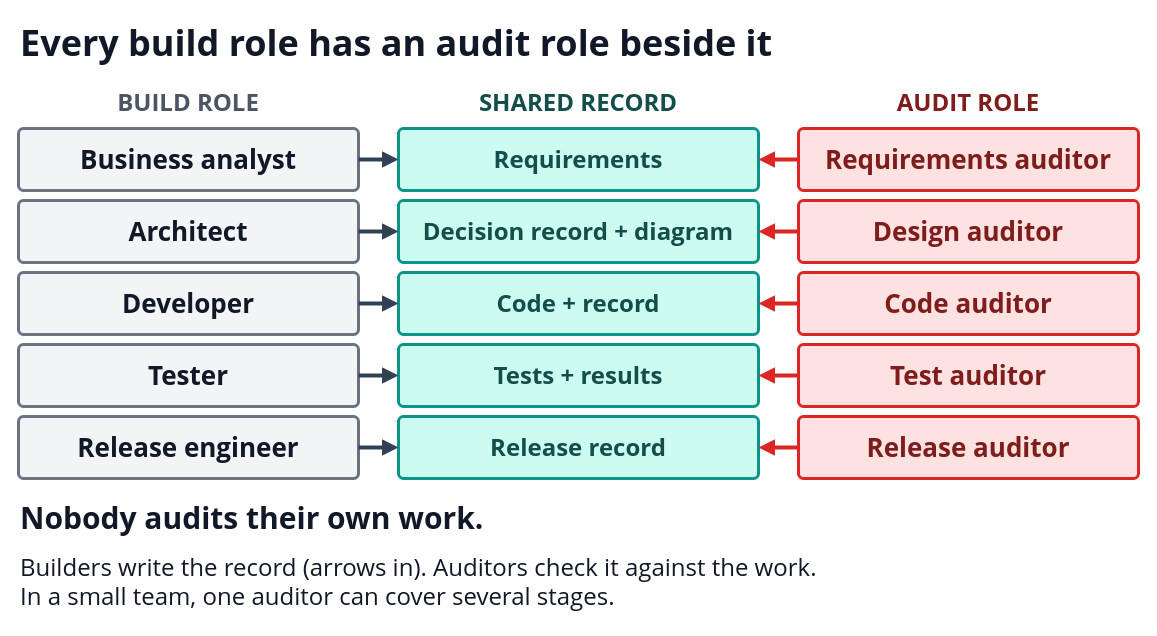
Before: diagrams/04-roles-rotation.drawio in i-asimkhan/ledger-layer-pattern, a draw.io diagram. Source tidied: cells renumbered, new cells numbered last; positions are measured from the earlier drawing's top-left corner, leaving out a move shared by most shapes. Both pictures are drawn from the tidied source at 100%, with x=0, y=0 at pixel (18, 17).
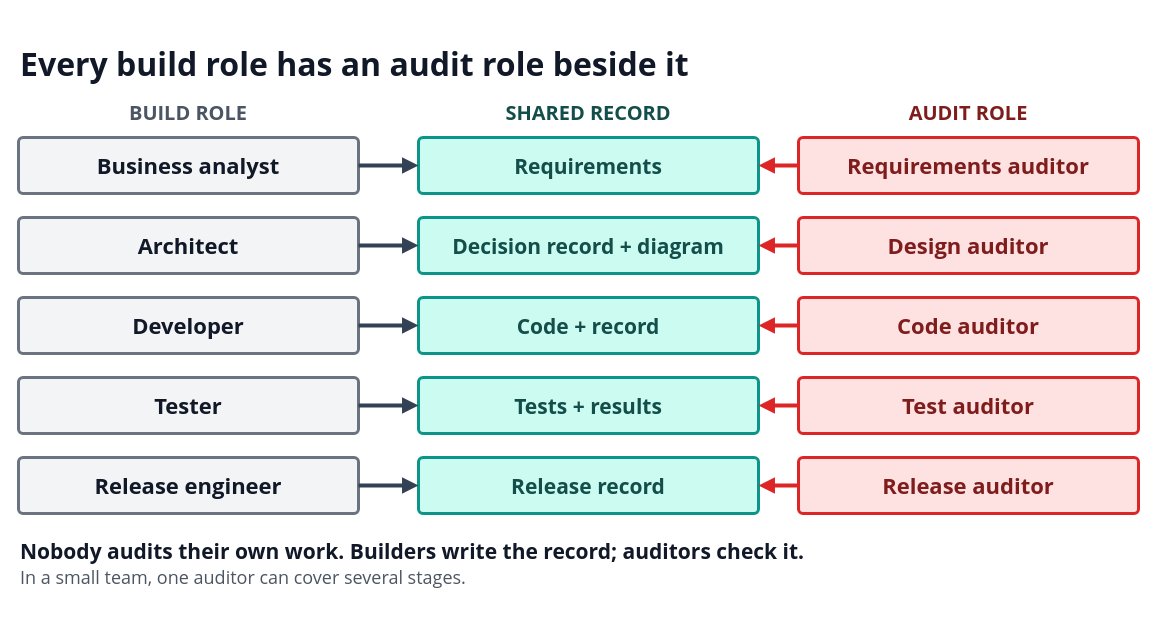
The same page after the edit.

What changed in the source:
```diff
@@
-    <mxCell id="2" value="Every build role has an audit role beside it" style="text;html=1;strokeColor=none;fillColor=none;whiteSpace=wrap;verticalAlign=middle;align=left;fontSize=36;fontColor=#111827;fontFamily=Segoe UI;fontStyle=1;" parent="1" vertex="1">
-      <mxGeometry width="1120" height="50" as="geometry" />
+    <mxCell id="2" value="Every build role has an audit role beside it" style="text;html=1;strokeColor=none;fillColor=none;whiteSpace=wrap;verticalAlign=middle;align=left;fontSize=32;fontColor=#111827;fontFamily=Segoe UI;fontStyle=1;" parent="1" vertex="1">
+      <mxGeometry y="26" width="1120" height="42" as="geometry" />
     </mxCell>
-    <mxCell id="3" value="BUILD ROLE" style="text;html=1;strokeColor=none;fillColor=none;whiteSpace=wrap;verticalAlign=middle;align=center;fontSize=24;fontColor=#4B5563;fontFamily=Segoe UI;fontStyle=1;" parent="1" vertex="1">
-      <mxGeometry y="68" width="340" height="34" as="geometry" />
+    <mxCell id="3" value="BUILD ROLE" style="text;html=1;strokeColor=none;fillColor=none;whiteSpace=wrap;verticalAlign=middle;align=center;fontSize=20;fontColor=#4B5563;fontFamily=Segoe UI;fontStyle=1;" parent="1" vertex="1">
+      <mxGeometry y="80" width="340" height="30" as="geometry" />
     </mxCell>
-    <mxCell id="4" value="SHARED RECORD" style="text;html=1;strokeColor=none;fillColor=none;whiteSpace=wrap;verticalAlign=middle;align=center;fontSize=24;fontColor=#134E4A;fontFamily=Segoe UI;fontStyle=1;" parent="1" vertex="1">
-      <mxGeometry x="380" y="68" width="360" height="34" as="geometry" />
+    <mxCell id="4" value="SHARED RECORD" style="text;html=1;strokeColor=none;fillColor=none;whiteSpace=wrap;verticalAlign=middle;align=center;fontSize=20;fontColor=#134E4A;fontFamily=Segoe UI;fontStyle=1;" parent="1" vertex="1">
+      <mxGeometry x="400" y="80" width="340" height="30" as="geometry" />
     </mxCell>
-    <mxCell id="5" value="AUDIT ROLE" style="text;html=1;strokeColor=none;fillColor=none;whiteSpace=wrap;verticalAlign=middle;align=center;fontSize=24;fontColor=#7F1D1D;fontFamily=Segoe UI;fontStyle=1;" parent="1" vertex="1">
-      <mxGeometry x="780" y="68" width="340" height="34" as="geometry" />
+    <mxCell id="5" value="AUDIT ROLE" style="text;html=1;strokeColor=none;fillColor=none;whiteSpace=wrap;verticalAlign=middle;align=center;fontSize=20;fontColor=#7F1D1D;fontFamily=Segoe UI;fontStyle=1;" parent="1" vertex="1">
+      <mxGeometry x="780" y="80" width="340" height="30" as="geometry" />
     </mxCell>
-    <mxCell id="6" value="&lt;span style=&quot;font-size:26px&quot;&gt;&lt;b&gt;Business analyst&lt;/b&gt;&lt;/span&gt;" style="rounded=1;arcSize=8;whiteSpace=wrap;html=1;fillColor=#F3F4F6;strokeColor=#6B7280;fontColor=#111827;strokeWidth=3;align=center;verticalAlign=middle;fontSize=24;fontFamily=Segoe UI;" parent="1" vertex="1">
-      <mxGeometry y="111" width="340" height="62" as="geometry" />
+    <mxCell id="6" value="&lt;span style=&quot;font-size:22px&quot;&gt;&lt;b&gt;Business analyst&lt;/b&gt;&lt;/span&gt;" style="rounded=1;arcSize=8;whiteSpace=wrap;html=1;fillColor=#F3F4F6;strokeColor=#6B7280;fontColor=#111827;strokeWidth=3;align=center;verticalAlign=middle;fontSize=24;fontFamily=Segoe UI;spacing=14;" parent="1" vertex="1">
+      <mxGeometry y="120" width="340" height="56" as="geometry" />
     </mxCell>
-    <mxCell id="7" value="&lt;span style=&quot;font-size:24px&quot;&gt;&lt;b&gt;Requirements&lt;/b&gt;&lt;/span&gt;" style="rounded=1;arcSize=8;whiteSpace=wrap;html=1;fillColor=#CCFBF1;strokeColor=#0D9488;fontColor=#134E4A;strokeWidth=3;align=center;verticalAlign=middle;fontSize=24;fontFamily=Segoe UI;" parent="1" vertex="1">
-      <mxGeometry x="380" y="111" width="360" height="62" as="geometry" />
+    <mxCell id="7" value="&lt;span style=&quot;font-size:21px&quot;&gt;&lt;b&gt;Requirements&lt;/b&gt;&lt;/span&gt;" style="rounded=1;arcSize=8;whiteSpace=wrap;html=1;fillColor=#CCFBF1;strokeColor=#0D9488;fontColor=#134E4A;strokeWidth=3;align=center;verticalAlign=middle;fontSize=24;fontFamily=Segoe UI;spacing=14;" parent="1" vertex="1">
+      <mxGeometry x="400" y="120" width="340" height="56" as="geometry" />
     </mxCell>
-    <mxCell id="8" value="&lt;span style=&quot;font-size:26px&quot;&gt;&lt;b&gt;Requirements auditor&lt;/b&gt;&lt;/span&gt;" style="rounded=1;arcSize=8;whiteSpace=wrap;html=1;fillColor=#FEE2E2;strokeColor=#DC2626;fontColor=#7F1D1D;strokeWidth=3;align=center;verticalAlign=middle;fontSize=24;fontFamily=Segoe UI;" parent="1" vertex="1">
-      <mxGeometry x="780" y="111" width="340" height="62" as="geometry" />
+    <mxCell id="8" value="&lt;span style=&quot;font-size:22px&quot;&gt;&lt;b&gt;Requirements auditor&lt;/b&gt;&lt;/span&gt;" style="rounded=1;arcSize=8;whiteSpace=wrap;html=1;fillColor=#FEE2E2;strokeColor=#DC2626;fontColor=#7F1D1D;strokeWidth=3;align=center;verticalAlign=middle;fontSize=24;fontFamily=Segoe UI;spacing=14;" parent="1" vertex="1">
+      <mxGeometry x="780" y="120" width="340" height="56" as="geometry" />
     </mxCell>
     <mxCell id="9" style="endArrow=block;endFill=1;html=1;rounded=0;strokeColor=#334155;strokeWidth=4;" parent="1" edge="1">
       <mxGeometry relative="1" as="geometry">
-        <mxPoint x="340" y="142" as="sourcePoint" />
-        <mxPoint x="380" y="142" as="targetPoint" />
+        <mxPoint x="340" y="148" as="sourcePoint" />
+        <mxPoint x="400" y="148" as="targetPoint" />
       </mxGeometry>
     </mxCell>
     <mxCell id="10" style="endArrow=block;endFill=1;html=1;rounded=0;strokeColor=#DC2626;strokeWidth=4;" parent="1" edge="1">
       <mxGeometry relative="1" as="geometry">
-        <mxPoint x="780" y="142" as="sourcePoint" />
-        <mxPoint x="740" y="142" as="targetPoint" />
+        <mxPoint x="780" y="148" as="sourcePoint" />
+        <mxPoint x="740" y="148" as="targetPoint" />
       </mxGeometry>
     </mxCell>
-    <mxCell id="11" value="&lt;span style=&quot;font-size:26px&quot;&gt;&lt;b&gt;Architect&lt;/b&gt;&lt;/span&gt;" style="rounded=1;arcSize=8;whiteSpace=wrap;html=1;fillColor=#F3F4F6;strokeColor=#6B7280;fontColor=#111827;strokeWidth=3;align=center;verticalAlign=middle;fontSize=24;fontFamily=Segoe UI;" parent="1" vertex="1">
-      <mxGeometry y="183" width="340" height="62" as="geometry" />
+    <mxCell id="11" value="&lt;span style=&quot;font-size:22px&quot;&gt;&lt;b&gt;Architect&lt;/b&gt;&lt;/span&gt;" style="rounded=1;arcSize=8;whiteSpace=wrap;html=1;fillColor=#F3F4F6;strokeColor=#6B7280;fontColor=#111827;strokeWidth=3;align=center;verticalAlign=middle;fontSize=24;fontFamily=Segoe UI;spacing=14;" parent="1" vertex="1">
+      <mxGeometry y="200" width="340" height="56" as="geometry" />
     </mxCell>
-    <mxCell id="12" value="&lt;span style=&quot;font-size:24px&quot;&gt;&lt;b&gt;Decision record + diagram&lt;/b&gt;&lt;/span&gt;" style="rounded=1;arcSize=8;whiteSpace=wrap;html=1;fillColor=#CCFBF1;strokeColor=#0D9488;fontColor=#134E4A;strokeWidth=3;align=center;verticalAlign=middle;fontSize=24;fontFamily=Segoe UI;" parent="1" vertex="1">
-      <mxGeometry x="380" y="183" width="360" height="62" as="geometry" />
+    <mxCell id="12" value="&lt;span style=&quot;font-size:21px&quot;&gt;&lt;b&gt;Decision record + diagram&lt;/b&gt;&lt;/span&gt;" style="rounded=1;arcSize=8;whiteSpace=wrap;html=1;fillColor=#CCFBF1;strokeColor=#0D9488;fontColor=#134E4A;strokeWidth=3;align=center;verticalAlign=middle;fontSize=24;fontFamily=Segoe UI;spacing=14;" parent="1" vertex="1">
+      <mxGeometry x="400" y="200" width="340" height="56" as="geometry" />
     </mxCell>
-    <mxCell id="13" value="&lt;span style=&quot;font-size:26px&quot;&gt;&lt;b&gt;Design auditor&lt;/b&gt;&lt;/span&gt;" style="rounded=1;arcSize=8;whiteSpace=wrap;html=1;fillColor=#FEE2E2;strokeColor=#DC2626;fontColor=#7F1D1D;strokeWidth=3;align=center;verticalAlign=middle;fontSize=24;fontFamily=Segoe UI;" parent="1" vertex="1">
-      <mxGeometry x="780" y="183" width="340" height="62" as="geometry" />
+    <mxCell id="13" value="&lt;span style=&quot;font-size:22px&quot;&gt;&lt;b&gt;Design auditor&lt;/b&gt;&lt;/span&gt;" style="rounded=1;arcSize=8;whiteSpace=wrap;html=1;fillColor=#FEE2E2;strokeColor=#DC2626;fontColor=#7F1D1D;strokeWidth=3;align=center;verticalAlign=middle;fontSize=24;fontFamily=Segoe UI;spacing=14;" parent="1" vertex="1">
+      <mxGeometry x="780" y="200" width="340" height="56" as="geometry" />
     </mxCell>
     <mxCell id="14" style="endArrow=block;endFill=1;html=1;rounded=0;strokeColor=#334155;strokeWidth=4;" parent="1" edge="1">
       <mxGeometry relative="1" as="geometry">
-        <mxPoint x="340" y="214" as="sourcePoint" />
-        <mxPoint x="380" y="214" as="targetPoint" />
+        <mxPoint x="340" y="228" as="sourcePoint" />
+        <mxPoint x="400" y="228" as="targetPoint" />
       </mxGeometry>
     </mxCell>
     <mxCell id="15" style="endArrow=block;endFill=1;html=1;rounded=0;strokeColor=#DC2626;strokeWidth=4;" parent="1" edge="1">
       <mxGeometry relative="1" as="geometry">
-        <mxPoint x="780" y="214" as="sourcePoint" />
-        <mxPoint x="740" y="214" as="targetPoint" />
+        <mxPoint x="780" y="228" as="sourcePoint" />
+        <mxPoint x="740" y="228" as="targetPoint" />
       </mxGeometry>
     </mxCell>
-    <mxCell id="16" value="&lt;span style=&quot;font-size:26px&quot;&gt;&lt;b&gt;Developer&lt;/b&gt;&lt;/span&gt;" style="rounded=1;arcSize=8;whiteSpace=wrap;html=1;fillColor=#F3F4F6;strokeColor=#6B7280;fontColor=#111827;strokeWidth=3;align=center;verticalAlign=middle;fontSize=24;fontFamily=Segoe UI;" parent="1" vertex="1">
-      <mxGeometry y="255" width="340" height="62" as="geometry" />
+    <mxCell id="16" value="&lt;span style=&quot;font-size:22px&quot;&gt;&lt;b&gt;Developer&lt;/b&gt;&lt;/span&gt;" style="rounded=1;arcSize=8;whiteSpace=wrap;html=1;fillColor=#F3F4F6;strokeColor=#6B7280;fontColor=#111827;strokeWidth=3;align=center;verticalAlign=middle;fontSize=24;fontFamily=Segoe UI;spacing=14;" parent="1" vertex="1">
+      <mxGeometry y="280" width="340" height="56" as="geometry" />
     </mxCell>
-    <mxCell id="17" value="&lt;span style=&quot;font-size:24px&quot;&gt;&lt;b&gt;Code + record&lt;/b&gt;&lt;/span&gt;" style="rounded=1;arcSize=8;whiteSpace=wrap;html=1;fillColor=#CCFBF1;strokeColor=#0D9488;fontColor=#134E4A;strokeWidth=3;align=center;verticalAlign=middle;fontSize=24;fontFamily=Segoe UI;" parent="1" vertex="1">
-      <mxGeometry x="380" y="255" width="360" height="62" as="geometry" />
+    <mxCell id="17" value="&lt;span style=&quot;font-size:21px&quot;&gt;&lt;b&gt;Code + record&lt;/b&gt;&lt;/span&gt;" style="rounded=1;arcSize=8;whiteSpace=wrap;html=1;fillColor=#CCFBF1;strokeColor=#0D9488;fontColor=#134E4A;strokeWidth=3;align=center;verticalAlign=middle;fontSize=24;fontFamily=Segoe UI;spacing=14;" parent="1" vertex="1">
+      <mxGeometry x="400" y="280" width="340" height="56" as="geometry" />
     </mxCell>
-    <mxCell id="18" value="&lt;span style=&quot;font-size:26px&quot;&gt;&lt;b&gt;Code auditor&lt;/b&gt;&lt;/span&gt;" style="rounded=1;arcSize=8;whiteSpace=wrap;html=1;fillColor=#FEE2E2;strokeColor=#DC2626;fontColor=#7F1D1D;strokeWidth=3;align=center;verticalAlign=middle;fontSize=24;fontFamily=Segoe UI;" parent="1" vertex="1">
-      <mxGeometry x="780" y="255" width="340" height="62" as="geometry" />
+    <mxCell id="18" value="&lt;span style=&quot;font-size:22px&quot;&gt;&lt;b&gt;Code auditor&lt;/b&gt;&lt;/span&gt;" style="rounded=1;arcSize=8;whiteSpace=wrap;html=1;fillColor=#FEE2E2;strokeColor=#DC2626;fontColor=#7F1D1D;strokeWidth=3;align=center;verticalAlign=middle;fontSize=24;fontFamily=Segoe UI;spacing=14;" parent="1" vertex="1">
+      <mxGeometry x="780" y="280" width="340" height="56" as="geometry" />
     </mxCell>
     <mxCell id="19" style="endArrow=block;endFill=1;html=1;rounded=0;strokeColor=#334155;strokeWidth=4;" parent="1" edge="1">
       <mxGeometry relative="1" as="geometry">
-        <mxPoint x="340" y="286" as="sourcePoint" />
-        <mxPoint x="380" y="286" as="targetPoint" />
+        <mxPoint x="340" y="308" as="sourcePoint" />
+        <mxPoint x="400" y="308" as="targetPoint" />
       </mxGeometry>
     </mxCell>
     <mxCell id="20" style="endArrow=block;endFill=1;html=1;rounded=0;strokeColor=#DC2626;strokeWidth=4;" parent="1" edge="1">
       <mxGeometry relative="1" as="geometry">
-        <mxPoint x="780" y="286" as="sourcePoint" />
-        <mxPoint x="740" y="286" as="targetPoint" />
+        <mxPoint x="780" y="308" as="sourcePoint" />
+        <mxPoint x="740" y="308" as="targetPoint" />
       </mxGeometry>
     </mxCell>
-    <mxCell id="21" value="&lt;span style=&quot;font-size:26px&quot;&gt;&lt;b&gt;Tester&lt;/b&gt;&lt;/span&gt;" style="rounded=1;arcSize=8;whiteSpace=wrap;html=1;fillColor=#F3F4F6;strokeColor=#6B7280;fontColor=#111827;strokeWidth=3;align=center;verticalAlign=middle;fontSize=24;fontFamily=Segoe UI;" parent="1" vertex="1">
-      <mxGeometry y="327" width="340" height="62" as="geometry" />
+    <mxCell id="21" value="&lt;span style=&quot;font-size:22px&quot;&gt;&lt;b&gt;Tester&lt;/b&gt;&lt;/span&gt;" style="rounded=1;arcSize=8;whiteSpace=wrap;html=1;fillColor=#F3F4F6;strokeColor=#6B7280;fontColor=#111827;strokeWidth=3;align=center;verticalAlign=middle;fontSize=24;fontFamily=Segoe UI;spacing=14;" parent="1" vertex="1">
+      <mxGeometry y="360" width="340" height="56" as="geometry" />
     </mxCell>
-    <mxCell id="22" value="&lt;span style=&quot;font-size:24px&quot;&gt;&lt;b&gt;Tests + results&lt;/b&gt;&lt;/span&gt;" style="rounded=1;arcSize=8;whiteSpace=wrap;html=1;fillColor=#CCFBF1;strokeColor=#0D9488;fontColor=#134E4A;strokeWidth=3;align=center;verticalAlign=middle;fontSize=24;fontFamily=Segoe UI;" parent="1" vertex="1">
-      <mxGeometry x="380" y="327" width="360" height="62" as="geometry" />
+    <mxCell id="22" value="&lt;span style=&quot;font-size:21px&quot;&gt;&lt;b&gt;Tests + results&lt;/b&gt;&lt;/span&gt;" style="rounded=1;arcSize=8;whiteSpace=wrap;html=1;fillColor=#CCFBF1;strokeColor=#0D9488;fontColor=#134E4A;strokeWidth=3;align=center;verticalAlign=middle;fontSize=24;fontFamily=Segoe UI;spacing=14;" parent="1" vertex="1">
+      <mxGeometry x="400" y="360" width="340" height="56" as="geometry" />
     </mxCell>
-    <mxCell id="23" value="&lt;span style=&quot;font-size:26px&quot;&gt;&lt;b&gt;Test auditor&lt;/b&gt;&lt;/span&gt;" style="rounded=1;arcSize=8;whiteSpace=wrap;html=1;fillColor=#FEE2E2;strokeColor=#DC2626;fontColor=#7F1D1D;strokeWidth=3;align=center;verticalAlign=middle;fontSize=24;fontFamily=Segoe UI;" parent="1" vertex="1">
-      <mxGeometry x="780" y="327" width="340" height="62" as="geometry" />
+    <mxCell id="23" value="&lt;span style=&quot;font-size:22px&quot;&gt;&lt;b&gt;Test auditor&lt;/b&gt;&lt;/span&gt;" style="rounded=1;arcSize=8;whiteSpace=wrap;html=1;fillColor=#FEE2E2;strokeColor=#DC2626;fontColor=#7F1D1D;strokeWidth=3;align=center;verticalAlign=middle;fontSize=24;fontFamily=Segoe UI;spacing=14;" parent="1" vertex="1">
+      <mxGeometry x="780" y="360" width="340" height="56" as="geometry" />
     </mxCell>
     <mxCell id="24" style="endArrow=block;endFill=1;html=1;rounded=0;strokeColor=#334155;strokeWidth=4;" parent="1" edge="1">
       <mxGeometry relative="1" as="geometry">
-        <mxPoint x="340" y="358" as="sourcePoint" />
-        <mxPoint x="380" y="358" as="targetPoint" />
+        <mxPoint x="340" y="388" as="sourcePoint" />
+        <mxPoint x="400" y="388" as="targetPoint" />
       </mxGeometry>
     </mxCell>
     <mxCell id="25" style="endArrow=block;endFill=1;html=1;rounded=0;strokeColor=#DC2626;strokeWidth=4;" parent="1" edge="1">
       <mxGeometry relative="1" as="geometry">
-        <mxPoint x="780" y="358" as="sourcePoint" />
-        <mxPoint x="740" y="358" as="targetPoint" />
+        <mxPoint x="780" y="388" as="sourcePoint" />
+        <mxPoint x="740" y="388" as="targetPoint" />
       </mxGeometry>
     </mxCell>
-    <mxCell id="26" value="&lt;span style=&quot;font-size:26px&quot;&gt;&lt;b&gt;Release engineer&lt;/b&gt;&lt;/span&gt;" style="rounded=1;arcSize=8;whiteSpace=wrap;html=1;fillColor=#F3F4F6;strokeColor=#6B7280;fontColor=#111827;strokeWidth=3;align=center;verticalAlign=middle;fontSize=24;fontFamily=Segoe UI;" parent="1" vertex="1">
-      <mxGeometry y="399" width="340" height="62" as="geometry" />
+    <mxCell id="26" value="&lt;span style=&quot;font-size:22px&quot;&gt;&lt;b&gt;Release engineer&lt;/b&gt;&lt;/span&gt;" style="rounded=1;arcSize=8;whiteSpace=wrap;html=1;fillColor=#F3F4F6;strokeColor=#6B7280;fontColor=#111827;strokeWidth=3;align=center;verticalAlign=middle;fontSize=24;fontFamily=Segoe UI;spacing=14;" parent="1" vertex="1">
+      <mxGeometry y="440" width="340" height="56" as="geometry" />
     </mxCell>
-    <mxCell id="27" value="&lt;span style=&quot;font-size:24px&quot;&gt;&lt;b&gt;Release record&lt;/b&gt;&lt;/span&gt;" style="rounded=1;arcSize=8;whiteSpace=wrap;html=1;fillColor=#CCFBF1;strokeColor=#0D9488;fontColor=#134E4A;strokeWidth=3;align=center;verticalAlign=middle;fontSize=24;fontFamily=Segoe UI;" parent="1" vertex="1">
-      <mxGeometry x="380" y="399" width="360" height="62" as="geometry" />
+    <mxCell id="27" value="&lt;span style=&quot;font-size:21px&quot;&gt;&lt;b&gt;Release record&lt;/b&gt;&lt;/span&gt;" style="rounded=1;arcSize=8;whiteSpace=wrap;html=1;fillColor=#CCFBF1;strokeColor=#0D9488;fontColor=#134E4A;strokeWidth=3;align=center;verticalAlign=middle;fontSize=24;fontFamily=Segoe UI;spacing=14;" parent="1" vertex="1">
+      <mxGeometry x="400" y="440" width="340" height="56" as="geometry" />
     </mxCell>
-    <mxCell id="28" value="&lt;span style=&quot;font-size:26px&quot;&gt;&lt;b&gt;Release auditor&lt;/b&gt;&lt;/span&gt;" style="rounded=1;arcSize=8;whiteSpace=wrap;html=1;fillColor=#FEE2E2;strokeColor=#DC2626;fontColor=#7F1D1D;strokeWidth=3;align=center;verticalAlign=middle;fontSize=24;fontFamily=Segoe UI;" parent="1" vertex="1">
-      <mxGeometry x="780" y="399" width="340" height="62" as="geometry" />
+    <mxCell id="28" value="&lt;span style=&quot;font-size:22px&quot;&gt;&lt;b&gt;Release auditor&lt;/b&gt;&lt;/span&gt;" style="rounded=1;arcSize=8;whiteSpace=wrap;html=1;fillColor=#FEE2E2;strokeColor=#DC2626;fontColor=#7F1D1D;strokeWidth=3;align=center;verticalAlign=middle;fontSize=24;fontFamily=Segoe UI;spacing=14;" parent="1" vertex="1">
+      <mxGeometry x="780" y="440" width="340" height="56" as="geometry" />
     </mxCell>
     <mxCell id="29" style="endArrow=block;endFill=1;html=1;rounded=0;strokeColor=#334155;strokeWidth=4;" parent="1" edge="1">
       <mxGeometry relative="1" as="geometry">
-        <mxPoint x="340" y="430" as="sourcePoint" />
-        <mxPoint x="380" y="430" as="targetPoint" />
+        <mxPoint x="340" y="468" as="sourcePoint" />
+        <mxPoint x="400" y="468" as="targetPoint" />
       </mxGeometry>
     </mxCell>
     <mxCell id="30" style="endArrow=block;endFill=1;html=1;rounded=0;strokeColor=#DC2626;strokeWidth=4;" parent="1" edge="1">
       <mxGeometry relative="1" as="geometry">
-        <mxPoint x="780" y="430" as="sourcePoint" />
-        <mxPoint x="740" y="430" as="targetPoint" />
+        <mxPoint x="780" y="468" as="sourcePoint" />
+        <mxPoint x="740" y="468" as="targetPoint" />
       </mxGeometry>
     </mxCell>
-    <mxCell id="31" value="Nobody audits their own work." style="text;html=1;strokeColor=none;fillColor=none;whiteSpace=wrap;verticalAlign=middle;align=left;fontSize=30;fontColor=#111827;fontFamily=Segoe UI;fontStyle=1;" parent="1" vertex="1">
-      <mxGeometry y="480" width="1120" height="40" as="geometry" />
+    <mxCell id="31" value="Nobody audits their own work. Builders write the record; auditors check it." style="text;html=1;strokeColor=none;fillColor=none;whiteSpace=wrap;verticalAlign=middle;align=left;fontSize=21;fontColor=#111827;fontFamily=Segoe UI;fontStyle=1;" parent="1" vertex="1">
+      <mxGeometry y="520" width="1120" height="28" as="geometry" />
     </mxCell>
-    <mxCell id="32" value="Builders write the record (arrows in). Auditors check it against the work.&lt;br&gt;In a small team, one auditor can cover several stages." style="text;html=1;strokeColor=none;fillColor=none;whiteSpace=wrap;verticalAlign=middle;align=left;fontSize=24;fontColor=#111827;fontFamily=Segoe UI;fontStyle=0;" parent="1" vertex="1">
-      <mxGeometry y="526" width="1120" height="76" as="geometry" />
+    <mxCell id="32" value="In a small team, one auditor can cover several stages." style="text;html=1;strokeColor=none;fillColor=none;whiteSpace=wrap;verticalAlign=middle;align=left;fontSize=18;fontColor=#4B5563;fontFamily=Segoe UI;fontStyle=0;" parent="1" vertex="1">
+      <mxGeometry y="548" width="1120" height="24" as="geometry" />
     </mxCell>
```
